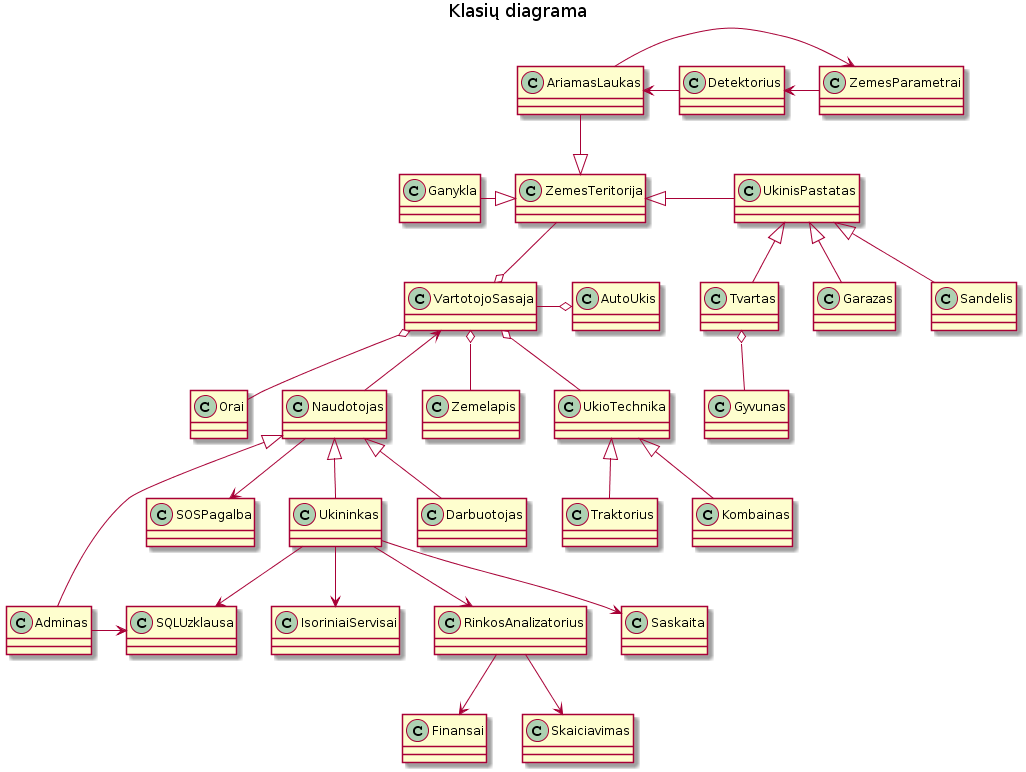
Earlier version of the PlantUML export Latex/Klasesv2.png (macro161/autoukis).
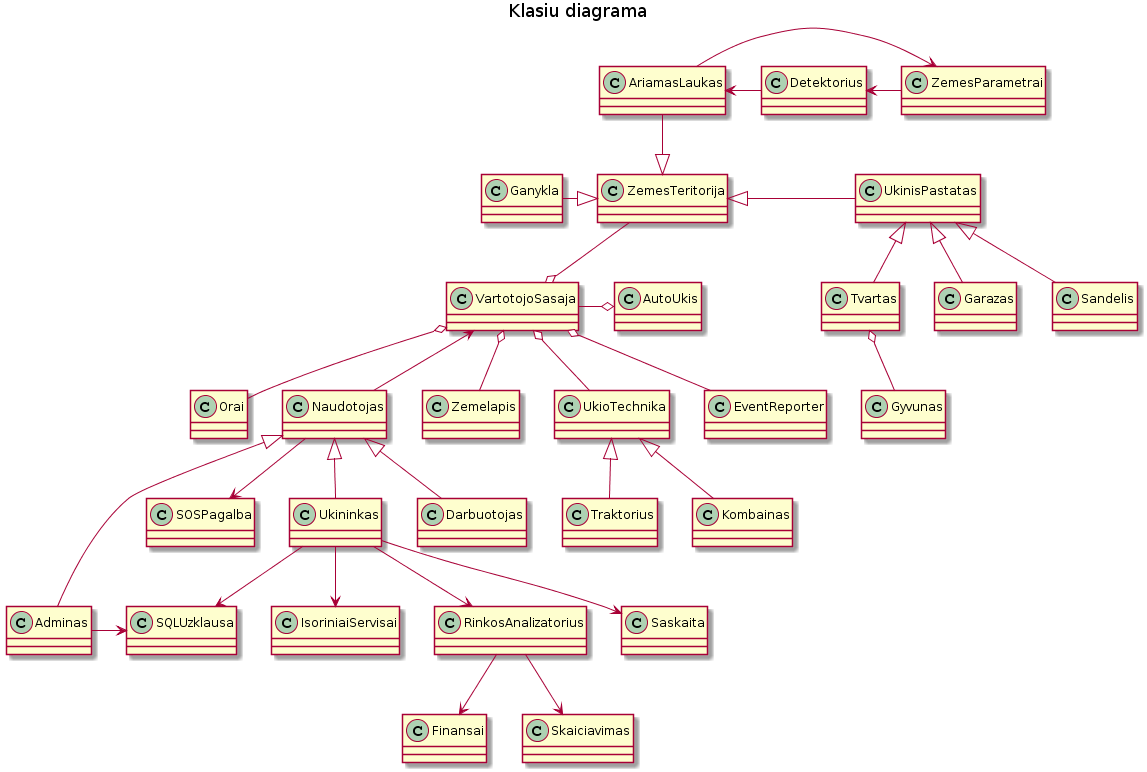
After the change.

Change to the diagram source:
```diff
@@ -1,5 +1,5 @@
 @startuml
-title Klasi? diagrama
+title Klasiu diagrama
 
 class SQLUzklausa
 class IsoriniaiServisai
@@ -28,6 +28,7 @@
 class Tvartas
 class Garazas
 class Sandelis
+class EventReporter
 
 
 AutoUkis o-left- VartotojoSasaja
@@ -62,4 +63,5 @@
 VartotojoSasaja o-up- ZemesTeritorija
 VartotojoSasaja o-- UkioTechnika
 Ukininkas -down-> RinkosAnalizatorius
+VartotojoSasaja o-- EventReporter
 @enduml
```
